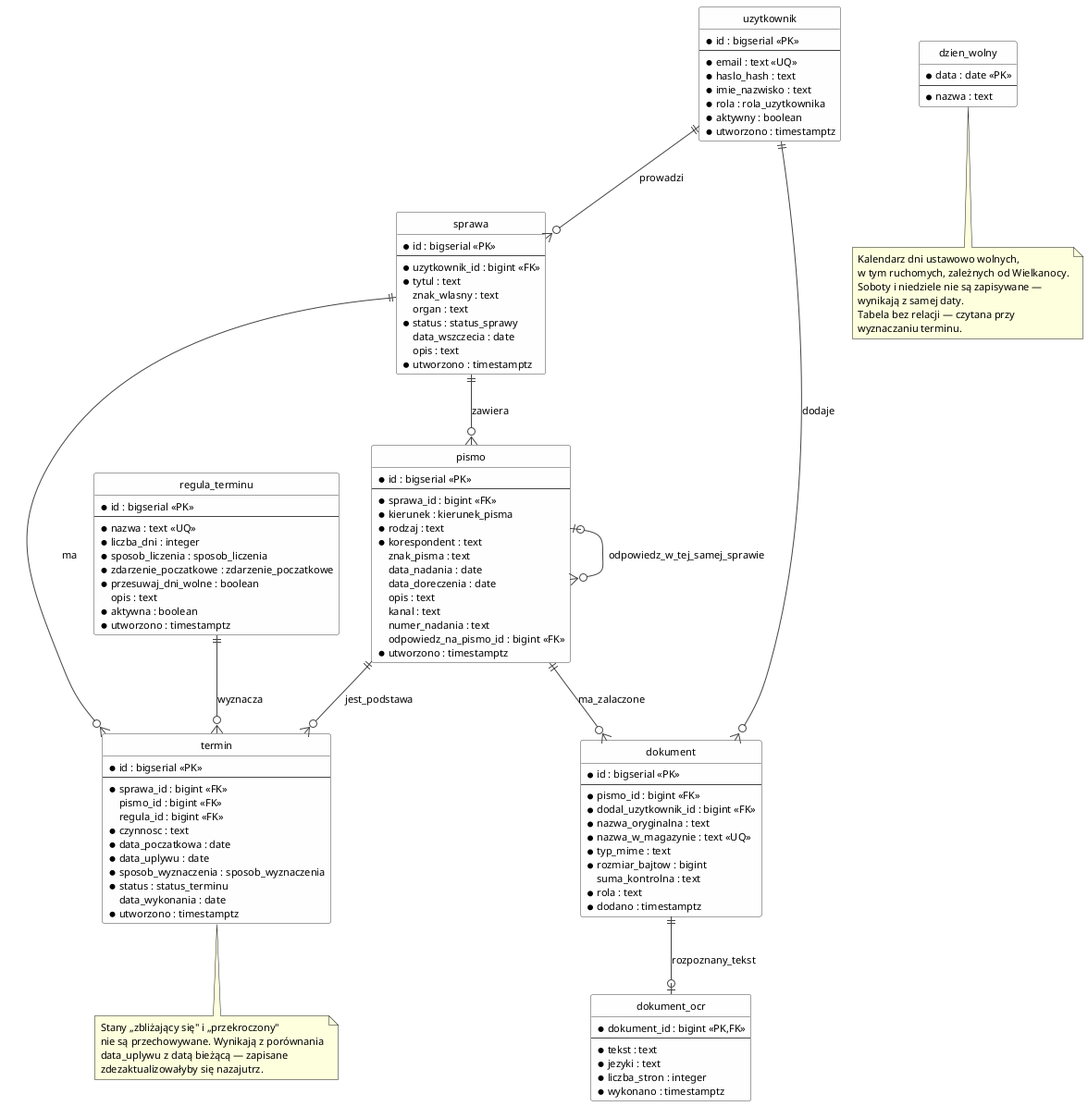
The PlantUML diagram docs/diagramy/model-danych.png in adminroan24/sprawnik, before a commit.
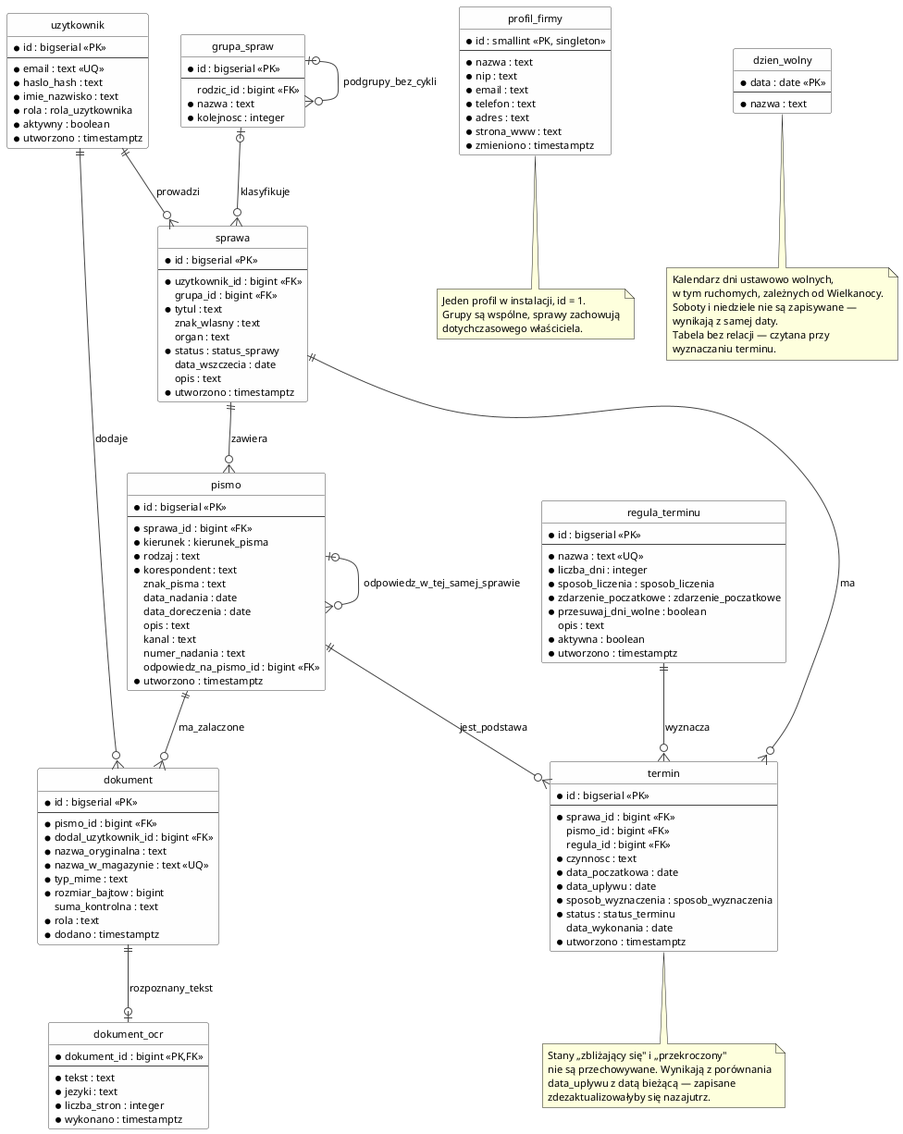
Above is the later version.

What changed in the source:
```diff
@@ -25,6 +25,7 @@
   * id : bigserial <<PK>>
   --
   * uzytkownik_id : bigint <<FK>>
+  grupa_id : bigint <<FK>>
   * tytul : text
   znak_wlasny : text
   organ : text
@@ -32,6 +33,26 @@
   data_wszczecia : date
   opis : text
   * utworzono : timestamptz
+}
+
+entity "profil_firmy" as firma {
+  * id : smallint <<PK, singleton>>
+  --
+  * nazwa : text
+  * nip : text
+  * email : text
+  * telefon : text
+  * adres : text
+  * strona_www : text
+  * zmieniono : timestamptz
+}
+
+entity "grupa_spraw" as grupa {
+  * id : bigserial <<PK>>
+  --
+  rodzic_id : bigint <<FK>>
+  * nazwa : text
+  * kolejnosc : integer
 }
 
 entity "pismo" as pismo {
@@ -108,6 +129,8 @@
   * nazwa : text
 }
 
+grupa      |o--o{ grupa       : podgrupy_bez_cykli
+grupa      |o--o{ sprawa      : klasyfikuje
 uzytkownik ||--o{ sprawa      : prowadzi
 uzytkownik ||--o{ dokument    : dodaje
 sprawa     ||--o{ pismo       : zawiera
@@ -134,4 +157,10 @@
   zdezaktualizowałyby się nazajutrz.
 end note
 
+note bottom of firma
+  Jeden profil w instalacji, id = 1.
+  Grupy są wspólne, sprawy zachowują
+  dotychczasowego właściciela.
+end note
+
 @enduml
```
